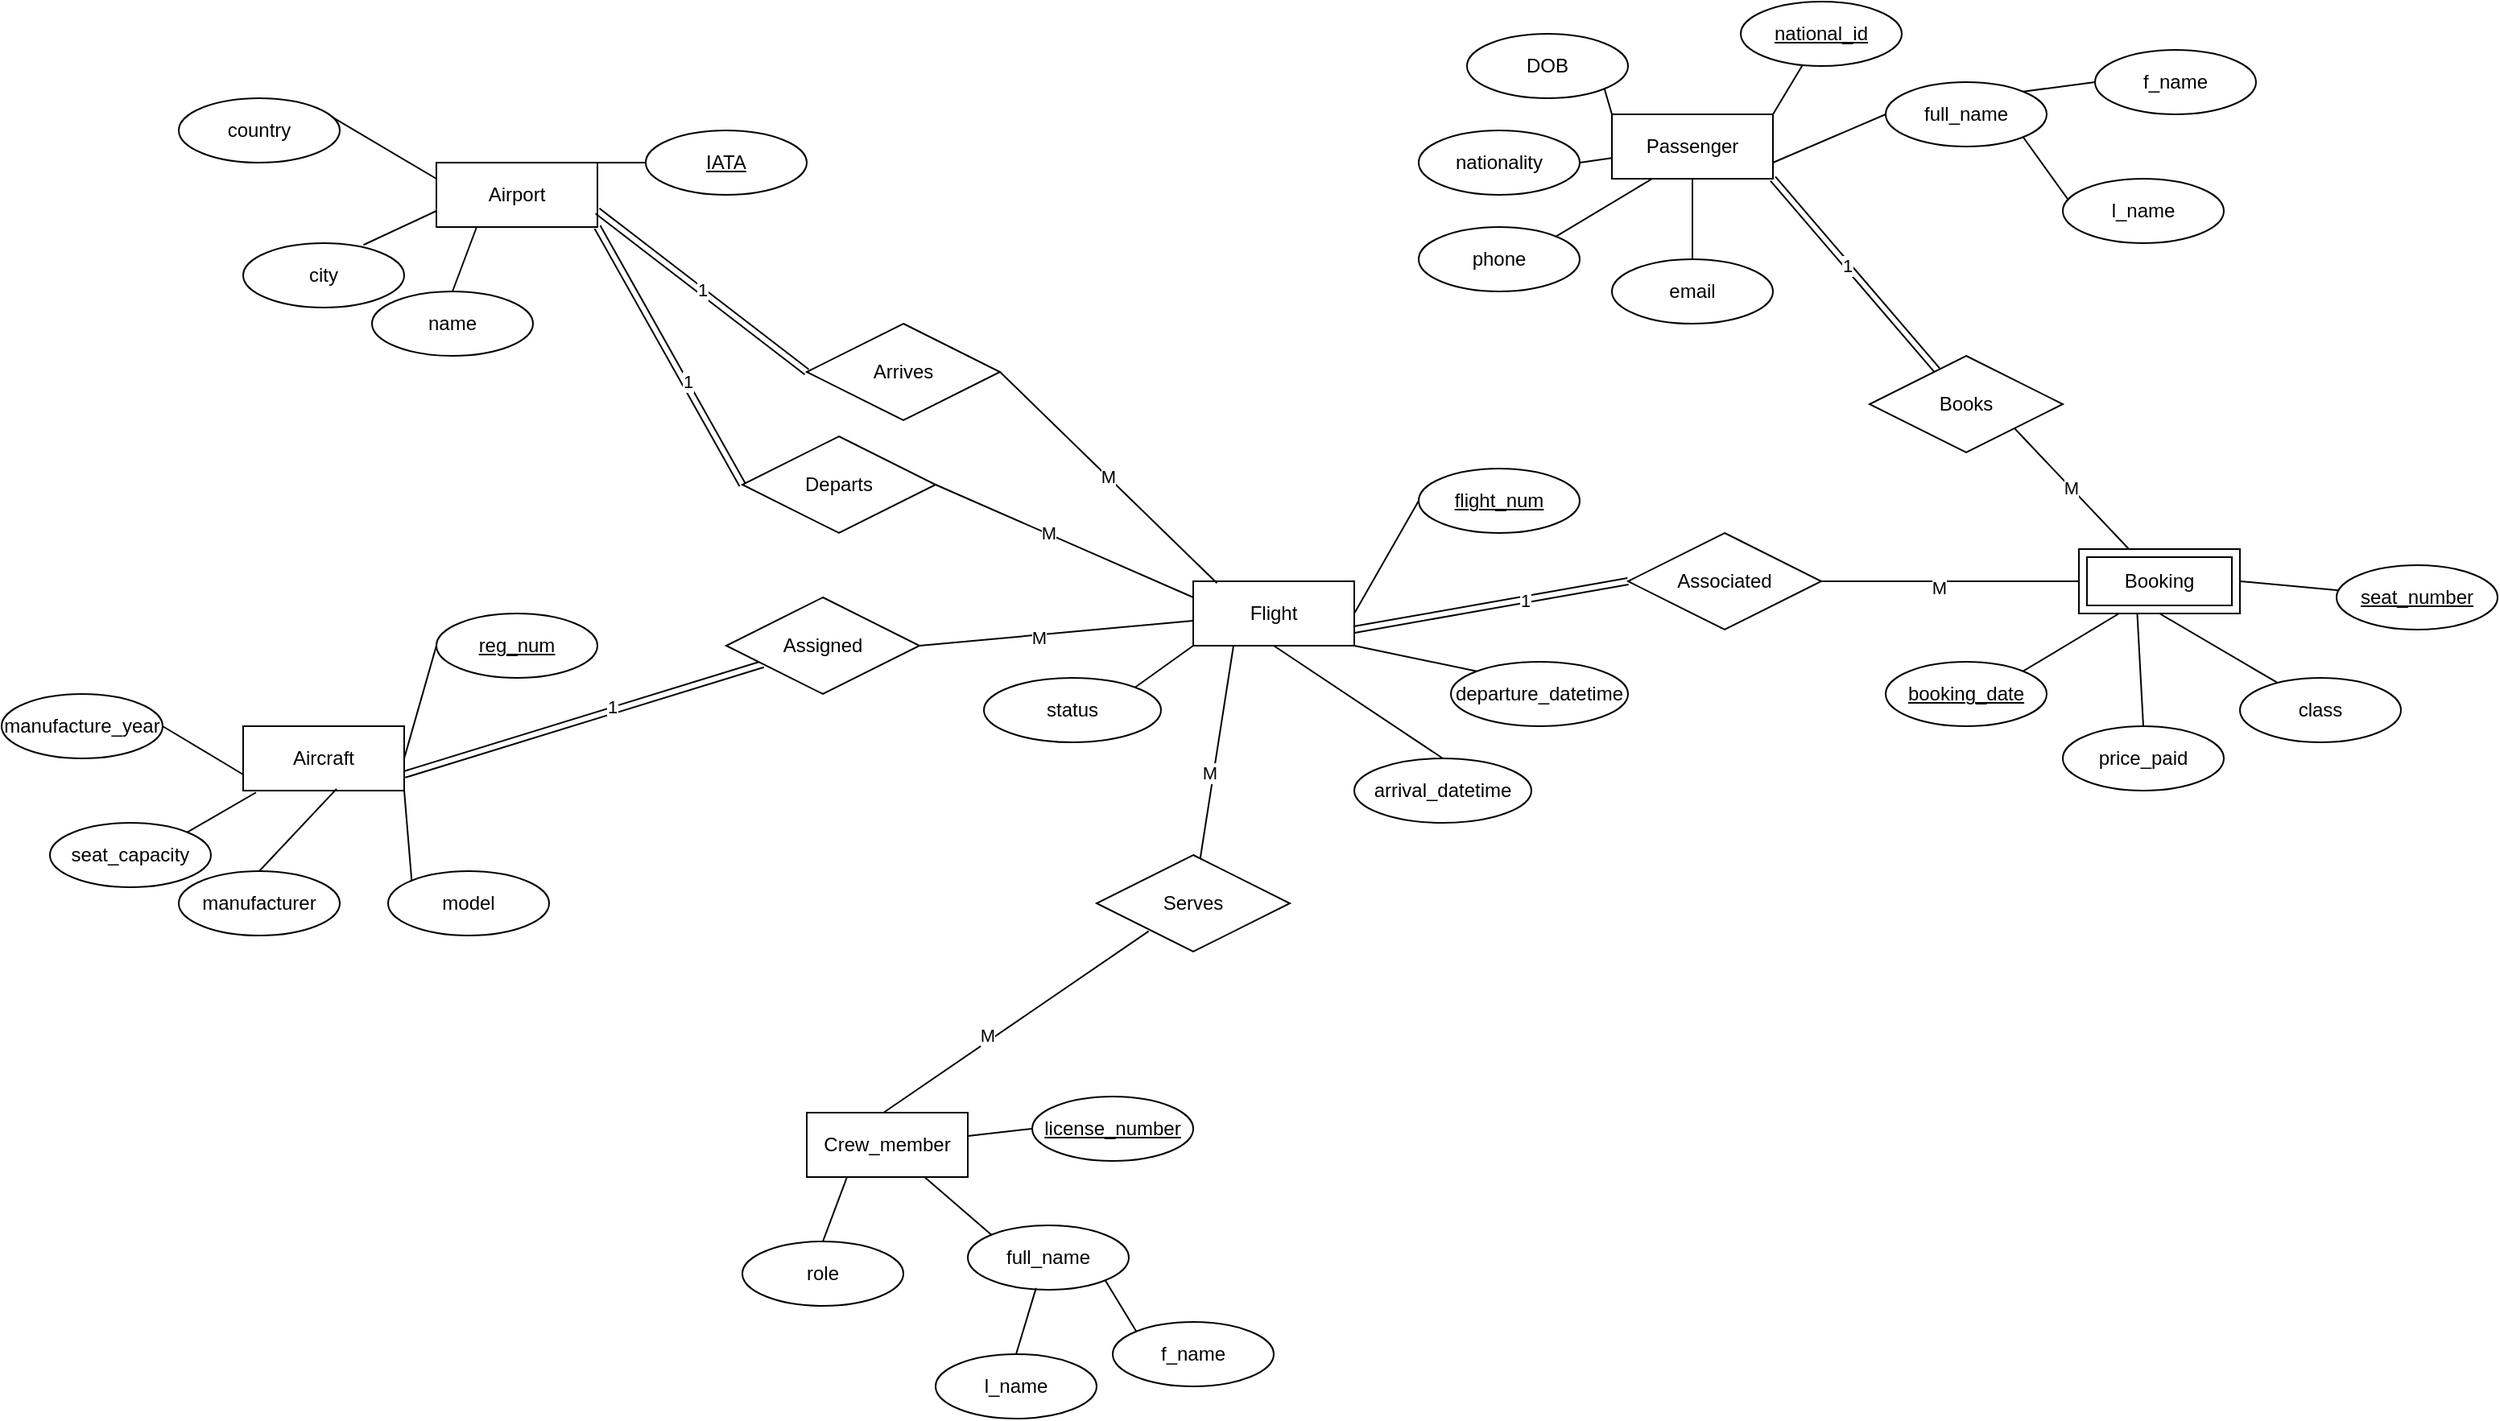
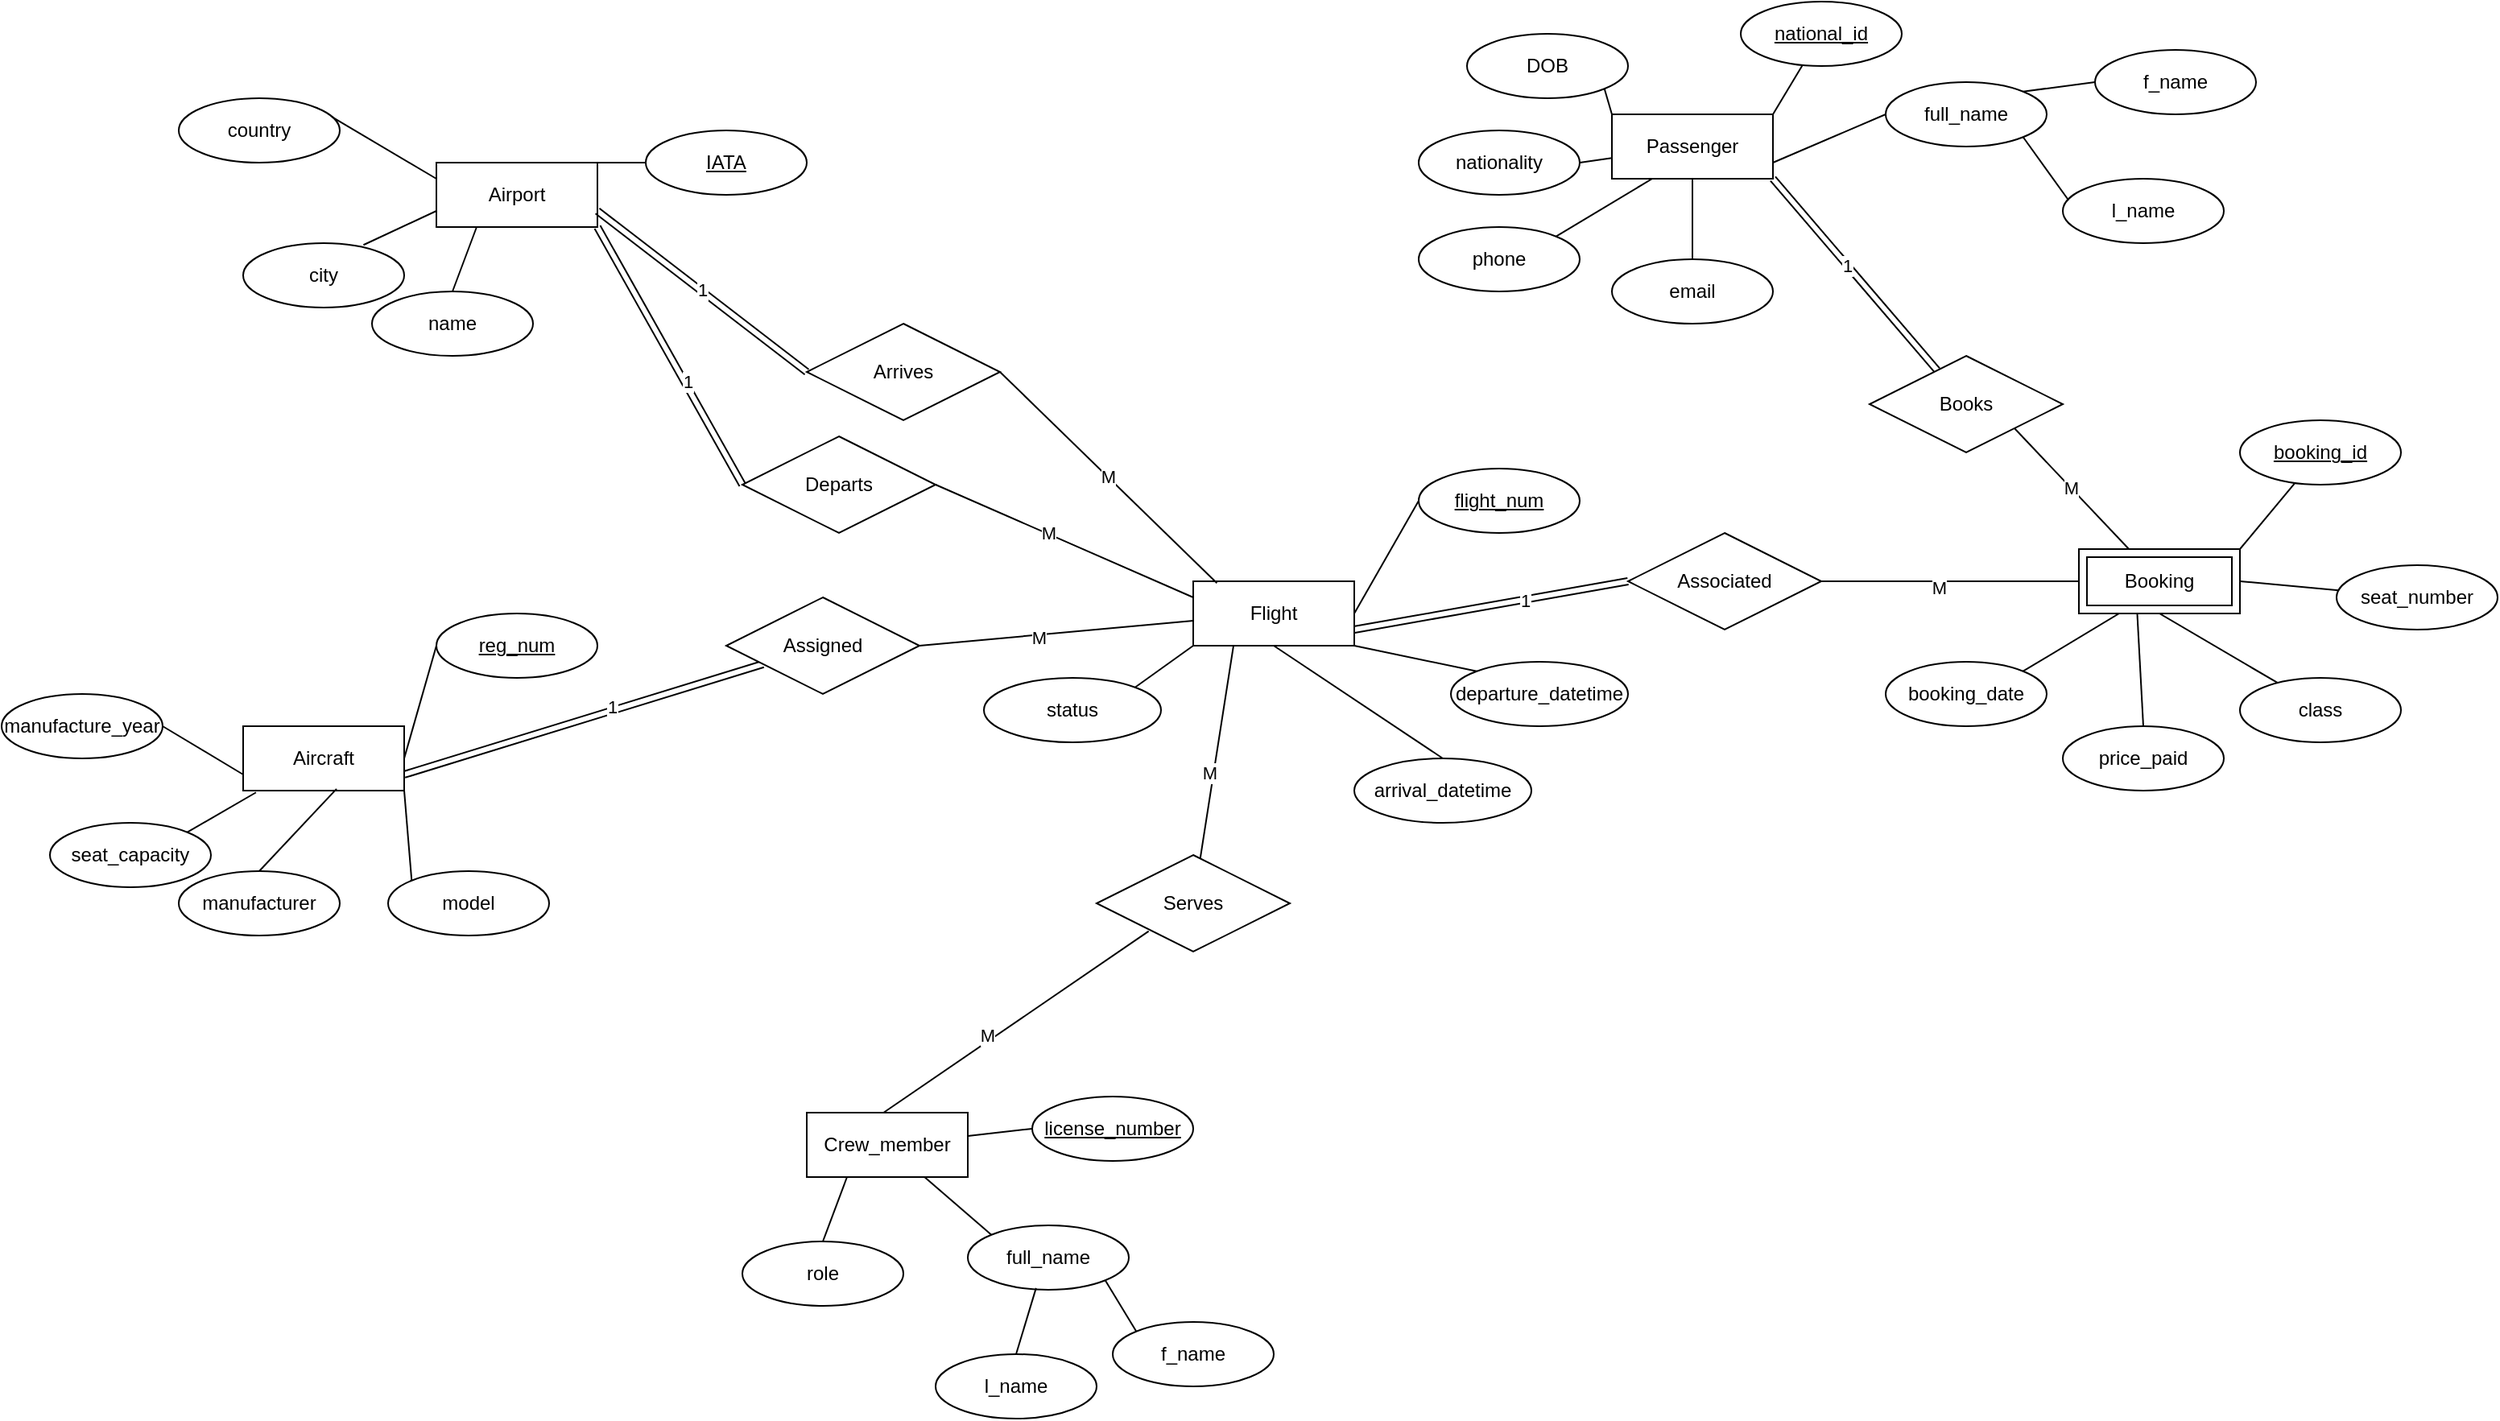
<mxfile host="app.diagrams.net">
  <diagram name="Page-1" id="9Ez2V5EcepmFkt350dfW">
-     <mxGraphModel dx="1870" dy="1045" grid="1" gridSize="10" guides="1" tooltips="1" connect="1" arrows="1" fold="1" page="1" pageScale="1" pageWidth="850" pageHeight="1100" math="0" shadow="0">
+     <mxGraphModel dx="1448" dy="612" grid="1" gridSize="10" guides="1" tooltips="1" connect="1" arrows="1" fold="1" page="1" pageScale="1" pageWidth="850" pageHeight="1100" math="0" shadow="0">
      <root>
        <mxCell id="0" />
        <mxCell id="1" parent="0" />
        <mxCell id="-5EN979a6P4eX3SqTBvW-93" edge="1" parent="1" source="-5EN979a6P4eX3SqTBvW-1" style="edgeStyle=none;rounded=0;orthogonalLoop=1;jettySize=auto;html=1;exitX=0.25;exitY=1;exitDx=0;exitDy=0;endArrow=none;endFill=0;" target="-5EN979a6P4eX3SqTBvW-92">
          <mxGeometry relative="1" as="geometry" />
        </mxCell>
        <mxCell id="-5EN979a6P4eX3SqTBvW-102" connectable="0" parent="-5EN979a6P4eX3SqTBvW-93" style="edgeLabel;html=1;align=center;verticalAlign=middle;resizable=0;points=[];" value="M" vertex="1">
          <mxGeometry relative="1" x="0.1972" y="-3" as="geometry">
            <mxPoint as="offset" />
          </mxGeometry>
        </mxCell>
        <mxCell id="-5EN979a6P4eX3SqTBvW-96" edge="1" parent="1" source="-5EN979a6P4eX3SqTBvW-1" style="edgeStyle=none;rounded=0;orthogonalLoop=1;jettySize=auto;html=1;exitX=1;exitY=0.75;exitDx=0;exitDy=0;entryX=0;entryY=0.5;entryDx=0;entryDy=0;endArrow=none;endFill=0;shape=link;" target="-5EN979a6P4eX3SqTBvW-95">
          <mxGeometry relative="1" as="geometry" />
        </mxCell>
        <mxCell id="-5EN979a6P4eX3SqTBvW-104" connectable="0" parent="-5EN979a6P4eX3SqTBvW-96" style="edgeLabel;html=1;align=center;verticalAlign=middle;resizable=0;points=[];" value="1" vertex="1">
          <mxGeometry relative="1" x="0.2456" as="geometry">
            <mxPoint as="offset" />
          </mxGeometry>
        </mxCell>
        <mxCell id="-5EN979a6P4eX3SqTBvW-1" parent="1" style="whiteSpace=wrap;html=1;align=center;" value="Flight" vertex="1">
          <mxGeometry height="40" width="100" x="630" y="390" as="geometry" />
        </mxCell>
        <mxCell id="-5EN979a6P4eX3SqTBvW-80" edge="1" parent="1" source="-5EN979a6P4eX3SqTBvW-2" style="edgeStyle=none;rounded=0;orthogonalLoop=1;jettySize=auto;html=1;exitX=1;exitY=1;exitDx=0;exitDy=0;entryX=0;entryY=0.5;entryDx=0;entryDy=0;endArrow=none;endFill=0;shape=link;" target="-5EN979a6P4eX3SqTBvW-81">
          <mxGeometry relative="1" as="geometry">
            <mxPoint x="390" y="260" as="targetPoint" />
          </mxGeometry>
        </mxCell>
        <mxCell id="-5EN979a6P4eX3SqTBvW-91" connectable="0" parent="-5EN979a6P4eX3SqTBvW-80" style="edgeLabel;html=1;align=center;verticalAlign=middle;resizable=0;points=[];" value="1" vertex="1">
          <mxGeometry relative="1" x="0.208" y="2" as="geometry">
            <mxPoint as="offset" />
          </mxGeometry>
        </mxCell>
        <mxCell id="-5EN979a6P4eX3SqTBvW-2" parent="1" style="whiteSpace=wrap;html=1;align=center;" value="Airport" vertex="1">
          <mxGeometry height="40" width="100" x="160" y="130" as="geometry" />
        </mxCell>
        <mxCell id="-5EN979a6P4eX3SqTBvW-45" edge="1" parent="1" source="-5EN979a6P4eX3SqTBvW-4" style="edgeStyle=none;rounded=0;orthogonalLoop=1;jettySize=auto;html=1;exitX=1;exitY=0;exitDx=0;exitDy=0;endArrow=none;endFill=0;" target="-5EN979a6P4eX3SqTBvW-38">
          <mxGeometry relative="1" as="geometry" />
        </mxCell>
        <mxCell id="-5EN979a6P4eX3SqTBvW-46" edge="1" parent="1" source="-5EN979a6P4eX3SqTBvW-4" style="edgeStyle=none;rounded=0;orthogonalLoop=1;jettySize=auto;html=1;exitX=1;exitY=0.75;exitDx=0;exitDy=0;entryX=0;entryY=0.5;entryDx=0;entryDy=0;endArrow=none;endFill=0;" target="-5EN979a6P4eX3SqTBvW-40">
          <mxGeometry relative="1" as="geometry" />
        </mxCell>
        <mxCell id="-5EN979a6P4eX3SqTBvW-99" edge="1" parent="1" source="-5EN979a6P4eX3SqTBvW-4" style="edgeStyle=none;rounded=0;orthogonalLoop=1;jettySize=auto;html=1;exitX=1;exitY=1;exitDx=0;exitDy=0;endArrow=none;endFill=0;shape=link;" target="-5EN979a6P4eX3SqTBvW-98">
          <mxGeometry relative="1" as="geometry" />
        </mxCell>
        <mxCell id="-5EN979a6P4eX3SqTBvW-105" connectable="0" parent="-5EN979a6P4eX3SqTBvW-99" style="edgeLabel;html=1;align=center;verticalAlign=middle;resizable=0;points=[];" value="1" vertex="1">
          <mxGeometry relative="1" x="-0.1035" as="geometry">
            <mxPoint as="offset" />
          </mxGeometry>
        </mxCell>
        <mxCell id="-5EN979a6P4eX3SqTBvW-4" parent="1" style="whiteSpace=wrap;html=1;align=center;" value="Passenger" vertex="1">
          <mxGeometry height="40" width="100" x="890" y="100" as="geometry" />
        </mxCell>
        <mxCell id="-5EN979a6P4eX3SqTBvW-77" edge="1" parent="1" source="-5EN979a6P4eX3SqTBvW-5" style="edgeStyle=none;rounded=0;orthogonalLoop=1;jettySize=auto;html=1;exitX=1;exitY=0.75;exitDx=0;exitDy=0;endArrow=none;endFill=0;shape=link;" target="-5EN979a6P4eX3SqTBvW-78">
          <mxGeometry relative="1" as="geometry">
            <mxPoint x="340" y="390" as="targetPoint" />
          </mxGeometry>
        </mxCell>
        <mxCell id="-5EN979a6P4eX3SqTBvW-84" connectable="0" parent="-5EN979a6P4eX3SqTBvW-77" style="edgeLabel;html=1;align=center;verticalAlign=middle;resizable=0;points=[];" value="1" vertex="1">
          <mxGeometry relative="1" x="0.1609" y="3" as="geometry">
            <mxPoint as="offset" />
          </mxGeometry>
        </mxCell>
        <mxCell id="-5EN979a6P4eX3SqTBvW-5" parent="1" style="whiteSpace=wrap;html=1;align=center;" value="Aircraft" vertex="1">
          <mxGeometry height="40" width="100" x="40" y="480" as="geometry" />
        </mxCell>
        <mxCell id="-5EN979a6P4eX3SqTBvW-6" parent="1" style="whiteSpace=wrap;html=1;align=center;" value="Crew_m&lt;span style=&quot;background-color: transparent; color: light-dark(rgb(0, 0, 0), rgb(255, 255, 255));&quot;&gt;ember&lt;/span&gt;" vertex="1">
          <mxGeometry height="40" width="100" x="390" y="720" as="geometry" />
        </mxCell>
        <mxCell id="-5EN979a6P4eX3SqTBvW-14" edge="1" parent="1" source="-5EN979a6P4eX3SqTBvW-7" style="rounded=0;orthogonalLoop=1;jettySize=auto;html=1;exitX=0;exitY=0.5;exitDx=0;exitDy=0;entryX=1;entryY=0;entryDx=0;entryDy=0;endArrow=none;endFill=0;" target="-5EN979a6P4eX3SqTBvW-2">
          <mxGeometry relative="1" as="geometry" />
        </mxCell>
        <mxCell id="-5EN979a6P4eX3SqTBvW-7" parent="1" style="ellipse;whiteSpace=wrap;html=1;align=center;fontStyle=4;" value="IATA" vertex="1">
          <mxGeometry height="40" width="100" x="290" y="110" as="geometry" />
        </mxCell>
        <mxCell id="-5EN979a6P4eX3SqTBvW-13" edge="1" parent="1" source="-5EN979a6P4eX3SqTBvW-8" style="rounded=0;orthogonalLoop=1;jettySize=auto;html=1;exitX=0.5;exitY=0;exitDx=0;exitDy=0;endArrow=none;endFill=0;entryX=0.25;entryY=1;entryDx=0;entryDy=0;" target="-5EN979a6P4eX3SqTBvW-2">
          <mxGeometry relative="1" as="geometry">
            <mxPoint x="190" y="180" as="targetPoint" />
          </mxGeometry>
        </mxCell>
        <mxCell id="-5EN979a6P4eX3SqTBvW-8" parent="1" style="ellipse;whiteSpace=wrap;html=1;align=center;" value="name" vertex="1">
          <mxGeometry height="40" width="100" x="120" y="210" as="geometry" />
        </mxCell>
        <mxCell id="-5EN979a6P4eX3SqTBvW-9" parent="1" style="ellipse;whiteSpace=wrap;html=1;align=center;" value="city" vertex="1">
          <mxGeometry height="40" width="100" x="40" y="180" as="geometry" />
        </mxCell>
        <mxCell id="-5EN979a6P4eX3SqTBvW-11" edge="1" parent="1" source="-5EN979a6P4eX3SqTBvW-10" style="rounded=0;orthogonalLoop=1;jettySize=auto;html=1;exitX=1;exitY=0;exitDx=0;exitDy=0;entryX=0;entryY=0.25;entryDx=0;entryDy=0;endArrow=none;endFill=0;" target="-5EN979a6P4eX3SqTBvW-2">
          <mxGeometry relative="1" as="geometry" />
        </mxCell>
        <mxCell id="-5EN979a6P4eX3SqTBvW-10" parent="1" style="ellipse;whiteSpace=wrap;html=1;align=center;" value="country" vertex="1">
          <mxGeometry height="40" width="100" y="90" as="geometry" />
        </mxCell>
        <mxCell id="-5EN979a6P4eX3SqTBvW-12" edge="1" parent="1" source="-5EN979a6P4eX3SqTBvW-9" style="rounded=0;orthogonalLoop=1;jettySize=auto;html=1;entryX=0;entryY=0.75;entryDx=0;entryDy=0;endArrow=none;endFill=0;exitX=0.747;exitY=0.028;exitDx=0;exitDy=0;exitPerimeter=0;" target="-5EN979a6P4eX3SqTBvW-2">
          <mxGeometry relative="1" as="geometry">
            <mxPoint x="120" y="186" as="sourcePoint" />
          </mxGeometry>
        </mxCell>
        <mxCell id="-5EN979a6P4eX3SqTBvW-26" edge="1" parent="1" source="-5EN979a6P4eX3SqTBvW-15" style="edgeStyle=none;rounded=0;orthogonalLoop=1;jettySize=auto;html=1;exitX=0;exitY=0.5;exitDx=0;exitDy=0;entryX=1;entryY=0.5;entryDx=0;entryDy=0;endArrow=none;endFill=0;" target="-5EN979a6P4eX3SqTBvW-5">
          <mxGeometry relative="1" as="geometry" />
        </mxCell>
        <mxCell id="-5EN979a6P4eX3SqTBvW-15" parent="1" style="ellipse;whiteSpace=wrap;html=1;align=center;fontStyle=4;" value="reg_num" vertex="1">
          <mxGeometry height="40" width="100" x="160" y="410" as="geometry" />
        </mxCell>
        <mxCell id="-5EN979a6P4eX3SqTBvW-25" edge="1" parent="1" source="-5EN979a6P4eX3SqTBvW-17" style="edgeStyle=none;rounded=0;orthogonalLoop=1;jettySize=auto;html=1;exitX=0;exitY=0;exitDx=0;exitDy=0;entryX=1;entryY=1;entryDx=0;entryDy=0;endArrow=none;endFill=0;" target="-5EN979a6P4eX3SqTBvW-5">
          <mxGeometry relative="1" as="geometry" />
        </mxCell>
        <mxCell id="-5EN979a6P4eX3SqTBvW-17" parent="1" style="ellipse;whiteSpace=wrap;html=1;align=center;" value="model" vertex="1">
          <mxGeometry height="40" width="100" x="130" y="570" as="geometry" />
        </mxCell>
        <mxCell id="-5EN979a6P4eX3SqTBvW-18" parent="1" style="ellipse;whiteSpace=wrap;html=1;align=center;" value="manufacturer" vertex="1">
          <mxGeometry height="40" width="100" y="570" as="geometry" />
        </mxCell>
        <mxCell id="-5EN979a6P4eX3SqTBvW-19" parent="1" style="ellipse;whiteSpace=wrap;html=1;align=center;" value="seat&lt;span style=&quot;background-color: transparent; color: light-dark(rgb(0, 0, 0), rgb(255, 255, 255));&quot;&gt;_capacity&lt;/span&gt;" vertex="1">
          <mxGeometry height="40" width="100" x="-80" y="540" as="geometry" />
        </mxCell>
        <mxCell id="-5EN979a6P4eX3SqTBvW-22" edge="1" parent="1" source="-5EN979a6P4eX3SqTBvW-20" style="edgeStyle=none;rounded=0;orthogonalLoop=1;jettySize=auto;html=1;exitX=1;exitY=0.5;exitDx=0;exitDy=0;entryX=0;entryY=0.75;entryDx=0;entryDy=0;endArrow=none;endFill=0;" target="-5EN979a6P4eX3SqTBvW-5">
          <mxGeometry relative="1" as="geometry" />
        </mxCell>
        <mxCell id="-5EN979a6P4eX3SqTBvW-20" parent="1" style="ellipse;whiteSpace=wrap;html=1;align=center;" value="manufacture_year" vertex="1">
          <mxGeometry height="40" width="100" x="-110" y="460" as="geometry" />
        </mxCell>
        <mxCell id="-5EN979a6P4eX3SqTBvW-24" edge="1" parent="1" source="-5EN979a6P4eX3SqTBvW-18" style="edgeStyle=none;rounded=0;orthogonalLoop=1;jettySize=auto;html=1;exitX=0.5;exitY=0;exitDx=0;exitDy=0;entryX=0.58;entryY=0.973;entryDx=0;entryDy=0;entryPerimeter=0;endArrow=none;endFill=0;" target="-5EN979a6P4eX3SqTBvW-5">
          <mxGeometry relative="1" as="geometry" />
        </mxCell>
        <mxCell id="-5EN979a6P4eX3SqTBvW-36" edge="1" parent="1" source="-5EN979a6P4eX3SqTBvW-27" style="edgeStyle=none;rounded=0;orthogonalLoop=1;jettySize=auto;html=1;exitX=0;exitY=0.5;exitDx=0;exitDy=0;entryX=1;entryY=0.5;entryDx=0;entryDy=0;endArrow=none;endFill=0;" target="-5EN979a6P4eX3SqTBvW-1">
          <mxGeometry relative="1" as="geometry" />
        </mxCell>
        <mxCell id="-5EN979a6P4eX3SqTBvW-27" parent="1" style="ellipse;whiteSpace=wrap;html=1;align=center;fontStyle=4;" value="flight_num" vertex="1">
          <mxGeometry height="40" width="100" x="770" y="320" as="geometry" />
        </mxCell>
        <mxCell id="-5EN979a6P4eX3SqTBvW-35" edge="1" parent="1" source="-5EN979a6P4eX3SqTBvW-28" style="edgeStyle=none;rounded=0;orthogonalLoop=1;jettySize=auto;html=1;exitX=0;exitY=0;exitDx=0;exitDy=0;entryX=1;entryY=1;entryDx=0;entryDy=0;endArrow=none;endFill=0;" target="-5EN979a6P4eX3SqTBvW-1">
          <mxGeometry relative="1" as="geometry" />
        </mxCell>
        <mxCell id="-5EN979a6P4eX3SqTBvW-28" parent="1" style="ellipse;whiteSpace=wrap;html=1;align=center;" value="departure_datetime" vertex="1">
          <mxGeometry height="40" width="110" x="790" y="440" as="geometry" />
        </mxCell>
        <mxCell id="-5EN979a6P4eX3SqTBvW-29" parent="1" style="ellipse;whiteSpace=wrap;html=1;align=center;" value="arrival_datetime" vertex="1">
          <mxGeometry height="40" width="110" x="730" y="500" as="geometry" />
        </mxCell>
        <mxCell id="-5EN979a6P4eX3SqTBvW-32" edge="1" parent="1" source="-5EN979a6P4eX3SqTBvW-30" style="edgeStyle=none;rounded=0;orthogonalLoop=1;jettySize=auto;html=1;exitX=1;exitY=0;exitDx=0;exitDy=0;entryX=0;entryY=1;entryDx=0;entryDy=0;endArrow=none;endFill=0;" target="-5EN979a6P4eX3SqTBvW-1">
          <mxGeometry relative="1" as="geometry" />
        </mxCell>
        <mxCell id="-5EN979a6P4eX3SqTBvW-30" parent="1" style="ellipse;whiteSpace=wrap;html=1;align=center;" value="status" vertex="1">
          <mxGeometry height="40" width="110" x="500" y="450" as="geometry" />
        </mxCell>
        <mxCell id="-5EN979a6P4eX3SqTBvW-31" edge="1" parent="1" source="-5EN979a6P4eX3SqTBvW-30" style="edgeStyle=none;rounded=0;orthogonalLoop=1;jettySize=auto;html=1;exitX=1;exitY=1;exitDx=0;exitDy=0;" target="-5EN979a6P4eX3SqTBvW-30">
          <mxGeometry relative="1" as="geometry" />
        </mxCell>
        <mxCell id="-5EN979a6P4eX3SqTBvW-33" edge="1" parent="1" source="-5EN979a6P4eX3SqTBvW-19" style="edgeStyle=none;rounded=0;orthogonalLoop=1;jettySize=auto;html=1;exitX=1;exitY=0;exitDx=0;exitDy=0;entryX=0.08;entryY=1.028;entryDx=0;entryDy=0;entryPerimeter=0;endArrow=none;endFill=0;" target="-5EN979a6P4eX3SqTBvW-5">
          <mxGeometry relative="1" as="geometry" />
        </mxCell>
        <mxCell id="-5EN979a6P4eX3SqTBvW-34" edge="1" parent="1" source="-5EN979a6P4eX3SqTBvW-29" style="edgeStyle=none;rounded=0;orthogonalLoop=1;jettySize=auto;html=1;exitX=0.5;exitY=0;exitDx=0;exitDy=0;endArrow=none;endFill=0;entryX=0.5;entryY=1;entryDx=0;entryDy=0;" target="-5EN979a6P4eX3SqTBvW-1">
          <mxGeometry relative="1" as="geometry">
            <mxPoint x="670" y="450" as="targetPoint" />
          </mxGeometry>
        </mxCell>
        <mxCell id="-5EN979a6P4eX3SqTBvW-38" parent="1" style="ellipse;whiteSpace=wrap;html=1;align=center;fontStyle=4;" value="national_id" vertex="1">
          <mxGeometry height="40" width="100" x="970" y="30" as="geometry" />
        </mxCell>
        <mxCell id="-5EN979a6P4eX3SqTBvW-71" edge="1" parent="1" source="-5EN979a6P4eX3SqTBvW-40" style="edgeStyle=none;rounded=0;orthogonalLoop=1;jettySize=auto;html=1;exitX=1;exitY=0;exitDx=0;exitDy=0;entryX=0;entryY=0.5;entryDx=0;entryDy=0;endArrow=none;endFill=0;" target="-5EN979a6P4eX3SqTBvW-70">
          <mxGeometry relative="1" as="geometry" />
        </mxCell>
        <mxCell id="-5EN979a6P4eX3SqTBvW-40" parent="1" style="ellipse;whiteSpace=wrap;html=1;align=center;" value="full_name" vertex="1">
          <mxGeometry height="40" width="100" x="1060" y="80" as="geometry" />
        </mxCell>
        <mxCell id="-5EN979a6P4eX3SqTBvW-41" parent="1" style="ellipse;whiteSpace=wrap;html=1;align=center;" value="email" vertex="1">
          <mxGeometry height="40" width="100" x="890" y="190" as="geometry" />
        </mxCell>
        <mxCell id="-5EN979a6P4eX3SqTBvW-49" edge="1" parent="1" source="-5EN979a6P4eX3SqTBvW-42" style="edgeStyle=none;rounded=0;orthogonalLoop=1;jettySize=auto;html=1;exitX=1;exitY=0.5;exitDx=0;exitDy=0;endArrow=none;endFill=0;" target="-5EN979a6P4eX3SqTBvW-4">
          <mxGeometry relative="1" as="geometry" />
        </mxCell>
        <mxCell id="-5EN979a6P4eX3SqTBvW-42" parent="1" style="ellipse;whiteSpace=wrap;html=1;align=center;" value="nationality" vertex="1">
          <mxGeometry height="40" width="100" x="770" y="110" as="geometry" />
        </mxCell>
        <mxCell id="-5EN979a6P4eX3SqTBvW-48" edge="1" parent="1" source="-5EN979a6P4eX3SqTBvW-43" style="edgeStyle=none;rounded=0;orthogonalLoop=1;jettySize=auto;html=1;exitX=1;exitY=0;exitDx=0;exitDy=0;entryX=0.25;entryY=1;entryDx=0;entryDy=0;endArrow=none;endFill=0;" target="-5EN979a6P4eX3SqTBvW-4">
          <mxGeometry relative="1" as="geometry" />
        </mxCell>
        <mxCell id="-5EN979a6P4eX3SqTBvW-43" parent="1" style="ellipse;whiteSpace=wrap;html=1;align=center;" value="phone" vertex="1">
          <mxGeometry height="40" width="100" x="770" y="170" as="geometry" />
        </mxCell>
        <mxCell id="-5EN979a6P4eX3SqTBvW-50" edge="1" parent="1" source="-5EN979a6P4eX3SqTBvW-44" style="edgeStyle=none;rounded=0;orthogonalLoop=1;jettySize=auto;html=1;exitX=1;exitY=1;exitDx=0;exitDy=0;entryX=0;entryY=0;entryDx=0;entryDy=0;endArrow=none;endFill=0;" target="-5EN979a6P4eX3SqTBvW-4">
          <mxGeometry relative="1" as="geometry" />
        </mxCell>
        <mxCell id="-5EN979a6P4eX3SqTBvW-44" parent="1" style="ellipse;whiteSpace=wrap;html=1;align=center;" value="DOB" vertex="1">
          <mxGeometry height="40" width="100" x="800" y="50" as="geometry" />
        </mxCell>
        <mxCell id="-5EN979a6P4eX3SqTBvW-47" edge="1" parent="1" source="-5EN979a6P4eX3SqTBvW-4" style="edgeStyle=none;rounded=0;orthogonalLoop=1;jettySize=auto;html=1;exitX=0.5;exitY=1;exitDx=0;exitDy=0;endArrow=none;endFill=0;entryX=0.5;entryY=0;entryDx=0;entryDy=0;" target="-5EN979a6P4eX3SqTBvW-41">
          <mxGeometry relative="1" as="geometry">
            <mxPoint x="960" y="180" as="targetPoint" />
          </mxGeometry>
        </mxCell>
        <mxCell id="-5EN979a6P4eX3SqTBvW-56" edge="1" parent="1" source="-5EN979a6P4eX3SqTBvW-112" style="edgeStyle=none;rounded=0;orthogonalLoop=1;jettySize=auto;html=1;endArrow=none;endFill=0;entryX=1;entryY=0.5;entryDx=0;entryDy=0;" target="-5EN979a6P4eX3SqTBvW-111">
          <mxGeometry relative="1" as="geometry">
            <mxPoint x="1320" y="390" as="sourcePoint" />
            <mxPoint x="1270" y="390" as="targetPoint" />
          </mxGeometry>
        </mxCell>
        <mxCell id="-5EN979a6P4eX3SqTBvW-57" edge="1" parent="1" source="-5EN979a6P4eX3SqTBvW-52" style="edgeStyle=none;rounded=0;orthogonalLoop=1;jettySize=auto;html=1;exitX=0.258;exitY=0.112;exitDx=0;exitDy=0;exitPerimeter=0;endArrow=none;endFill=0;entryX=0.5;entryY=1;entryDx=0;entryDy=0;" target="-5EN979a6P4eX3SqTBvW-111">
          <mxGeometry relative="1" as="geometry">
            <mxPoint x="1256" y="410" as="targetPoint" />
          </mxGeometry>
        </mxCell>
        <mxCell id="-5EN979a6P4eX3SqTBvW-52" parent="1" style="ellipse;whiteSpace=wrap;html=1;align=center;" value="class" vertex="1">
          <mxGeometry height="40" width="100" x="1280" y="450" as="geometry" />
        </mxCell>
        <mxCell id="-5EN979a6P4eX3SqTBvW-59" edge="1" parent="1" source="-5EN979a6P4eX3SqTBvW-53" style="edgeStyle=none;rounded=0;orthogonalLoop=1;jettySize=auto;html=1;exitX=0.5;exitY=0;exitDx=0;exitDy=0;endArrow=none;endFill=0;entryX=0.362;entryY=0.99;entryDx=0;entryDy=0;entryPerimeter=0;" target="-5EN979a6P4eX3SqTBvW-111">
          <mxGeometry relative="1" as="geometry">
            <mxPoint x="1220" y="410" as="targetPoint" />
          </mxGeometry>
        </mxCell>
        <mxCell id="-5EN979a6P4eX3SqTBvW-53" parent="1" style="ellipse;whiteSpace=wrap;html=1;align=center;" value="price_paid" vertex="1">
          <mxGeometry height="40" width="100" x="1170" y="480" as="geometry" />
        </mxCell>
-         <mxCell id="-5EN979a6P4eX3SqTBvW-54" parent="1" style="ellipse;whiteSpace=wrap;html=1;align=center;" value="&lt;u&gt;booking_date&lt;/u&gt;" vertex="1">
+         <mxCell id="-5EN979a6P4eX3SqTBvW-54" parent="1" style="ellipse;whiteSpace=wrap;html=1;align=center;" value="booking_date" vertex="1">
          <mxGeometry height="40" width="100" x="1060" y="440" as="geometry" />
        </mxCell>
        <mxCell id="-5EN979a6P4eX3SqTBvW-60" edge="1" parent="1" source="-5EN979a6P4eX3SqTBvW-54" style="edgeStyle=none;rounded=0;orthogonalLoop=1;jettySize=auto;html=1;exitX=1;exitY=0;exitDx=0;exitDy=0;entryX=0.25;entryY=1;entryDx=0;entryDy=0;endArrow=none;endFill=0;" target="-5EN979a6P4eX3SqTBvW-111">
          <mxGeometry relative="1" as="geometry">
            <mxPoint x="1170" y="410" as="targetPoint" />
          </mxGeometry>
        </mxCell>
        <mxCell id="-5EN979a6P4eX3SqTBvW-65" edge="1" parent="1" source="-5EN979a6P4eX3SqTBvW-61" style="edgeStyle=none;rounded=0;orthogonalLoop=1;jettySize=auto;html=1;exitX=0;exitY=0.5;exitDx=0;exitDy=0;endArrow=none;endFill=0;" target="-5EN979a6P4eX3SqTBvW-6">
          <mxGeometry relative="1" as="geometry" />
        </mxCell>
        <mxCell id="-5EN979a6P4eX3SqTBvW-61" parent="1" style="ellipse;whiteSpace=wrap;html=1;align=center;fontStyle=4;" value="license_number" vertex="1">
          <mxGeometry height="40" width="100" x="530" y="710" as="geometry" />
        </mxCell>
        <mxCell id="-5EN979a6P4eX3SqTBvW-66" edge="1" parent="1" source="-5EN979a6P4eX3SqTBvW-62" style="edgeStyle=none;rounded=0;orthogonalLoop=1;jettySize=auto;html=1;exitX=0;exitY=0;exitDx=0;exitDy=0;endArrow=none;endFill=0;" target="-5EN979a6P4eX3SqTBvW-6">
          <mxGeometry relative="1" as="geometry" />
        </mxCell>
        <mxCell id="-5EN979a6P4eX3SqTBvW-62" parent="1" style="ellipse;whiteSpace=wrap;html=1;align=center;" value="full_name" vertex="1">
          <mxGeometry height="40" width="100" x="490" y="790" as="geometry" />
        </mxCell>
        <mxCell id="-5EN979a6P4eX3SqTBvW-67" edge="1" parent="1" source="-5EN979a6P4eX3SqTBvW-63" style="edgeStyle=none;rounded=0;orthogonalLoop=1;jettySize=auto;html=1;exitX=0.5;exitY=0;exitDx=0;exitDy=0;entryX=0.25;entryY=1;entryDx=0;entryDy=0;endArrow=none;endFill=0;" target="-5EN979a6P4eX3SqTBvW-6">
          <mxGeometry relative="1" as="geometry" />
        </mxCell>
        <mxCell id="-5EN979a6P4eX3SqTBvW-63" parent="1" style="ellipse;whiteSpace=wrap;html=1;align=center;" value="role" vertex="1">
          <mxGeometry height="40" width="100" x="350" y="800" as="geometry" />
        </mxCell>
        <mxCell id="-5EN979a6P4eX3SqTBvW-69" parent="1" style="ellipse;whiteSpace=wrap;html=1;align=center;" value="l_name" vertex="1">
          <mxGeometry height="40" width="100" x="1170" y="140" as="geometry" />
        </mxCell>
        <mxCell id="-5EN979a6P4eX3SqTBvW-70" parent="1" style="ellipse;whiteSpace=wrap;html=1;align=center;" value="f_name" vertex="1">
          <mxGeometry height="40" width="100" x="1190" y="60" as="geometry" />
        </mxCell>
        <mxCell id="-5EN979a6P4eX3SqTBvW-72" edge="1" parent="1" source="-5EN979a6P4eX3SqTBvW-40" style="edgeStyle=none;rounded=0;orthogonalLoop=1;jettySize=auto;html=1;exitX=1;exitY=1;exitDx=0;exitDy=0;entryX=0.036;entryY=0.334;entryDx=0;entryDy=0;entryPerimeter=0;endArrow=none;endFill=0;" target="-5EN979a6P4eX3SqTBvW-69">
          <mxGeometry relative="1" as="geometry" />
        </mxCell>
        <mxCell id="-5EN979a6P4eX3SqTBvW-73" parent="1" style="ellipse;whiteSpace=wrap;html=1;align=center;" value="l_name" vertex="1">
          <mxGeometry height="40" width="100" x="470" y="870" as="geometry" />
        </mxCell>
        <mxCell id="-5EN979a6P4eX3SqTBvW-74" parent="1" style="ellipse;whiteSpace=wrap;html=1;align=center;" value="f_name" vertex="1">
          <mxGeometry height="40" width="100" x="580" y="850" as="geometry" />
        </mxCell>
        <mxCell id="-5EN979a6P4eX3SqTBvW-75" edge="1" parent="1" source="-5EN979a6P4eX3SqTBvW-73" style="edgeStyle=none;rounded=0;orthogonalLoop=1;jettySize=auto;html=1;exitX=0.5;exitY=0;exitDx=0;exitDy=0;entryX=0.424;entryY=0.973;entryDx=0;entryDy=0;entryPerimeter=0;endArrow=none;endFill=0;" target="-5EN979a6P4eX3SqTBvW-62">
          <mxGeometry relative="1" as="geometry" />
        </mxCell>
        <mxCell id="-5EN979a6P4eX3SqTBvW-76" edge="1" parent="1" source="-5EN979a6P4eX3SqTBvW-74" style="edgeStyle=none;rounded=0;orthogonalLoop=1;jettySize=auto;html=1;exitX=0;exitY=0;exitDx=0;exitDy=0;entryX=1;entryY=1;entryDx=0;entryDy=0;endArrow=none;endFill=0;" target="-5EN979a6P4eX3SqTBvW-62">
          <mxGeometry relative="1" as="geometry" />
        </mxCell>
        <mxCell id="-5EN979a6P4eX3SqTBvW-79" edge="1" parent="1" source="-5EN979a6P4eX3SqTBvW-78" style="edgeStyle=none;rounded=0;orthogonalLoop=1;jettySize=auto;html=1;exitX=1;exitY=0.5;exitDx=0;exitDy=0;endArrow=none;endFill=0;" target="-5EN979a6P4eX3SqTBvW-1">
          <mxGeometry relative="1" as="geometry" />
        </mxCell>
        <mxCell id="-5EN979a6P4eX3SqTBvW-116" connectable="0" parent="-5EN979a6P4eX3SqTBvW-79" style="edgeLabel;html=1;align=center;verticalAlign=middle;resizable=0;points=[];" value="M" vertex="1">
          <mxGeometry relative="1" x="-0.1301" y="-1" as="geometry">
            <mxPoint as="offset" />
          </mxGeometry>
        </mxCell>
        <mxCell id="-5EN979a6P4eX3SqTBvW-78" parent="1" style="shape=rhombus;perimeter=rhombusPerimeter;whiteSpace=wrap;html=1;align=center;" value="Assigned" vertex="1">
          <mxGeometry height="60" width="120" x="340" y="400" as="geometry" />
        </mxCell>
        <mxCell id="-5EN979a6P4eX3SqTBvW-82" edge="1" parent="1" source="-5EN979a6P4eX3SqTBvW-81" style="edgeStyle=none;rounded=0;orthogonalLoop=1;jettySize=auto;html=1;exitX=1;exitY=0.5;exitDx=0;exitDy=0;entryX=0;entryY=0.25;entryDx=0;entryDy=0;endArrow=none;endFill=0;" target="-5EN979a6P4eX3SqTBvW-1">
          <mxGeometry relative="1" as="geometry" />
        </mxCell>
        <mxCell id="-5EN979a6P4eX3SqTBvW-88" connectable="0" parent="-5EN979a6P4eX3SqTBvW-82" style="edgeLabel;html=1;align=center;verticalAlign=middle;resizable=0;points=[];" value="M" vertex="1">
          <mxGeometry relative="1" x="-0.1361" y="1" as="geometry">
            <mxPoint as="offset" />
          </mxGeometry>
        </mxCell>
        <mxCell id="-5EN979a6P4eX3SqTBvW-81" parent="1" style="shape=rhombus;perimeter=rhombusPerimeter;whiteSpace=wrap;html=1;align=center;" value="Departs" vertex="1">
          <mxGeometry height="60" width="120" x="350" y="300" as="geometry" />
        </mxCell>
        <mxCell id="-5EN979a6P4eX3SqTBvW-87" edge="1" parent="1" source="-5EN979a6P4eX3SqTBvW-85" style="edgeStyle=none;rounded=0;orthogonalLoop=1;jettySize=auto;html=1;exitX=0;exitY=0.5;exitDx=0;exitDy=0;entryX=1;entryY=0.75;entryDx=0;entryDy=0;endArrow=none;endFill=0;shape=link;" target="-5EN979a6P4eX3SqTBvW-2">
          <mxGeometry relative="1" as="geometry" />
        </mxCell>
        <mxCell id="-5EN979a6P4eX3SqTBvW-90" connectable="0" parent="-5EN979a6P4eX3SqTBvW-87" style="edgeLabel;html=1;align=center;verticalAlign=middle;resizable=0;points=[];" value="1" vertex="1">
          <mxGeometry relative="1" x="0.0167" y="-1" as="geometry">
            <mxPoint as="offset" />
          </mxGeometry>
        </mxCell>
        <mxCell id="-5EN979a6P4eX3SqTBvW-85" parent="1" style="shape=rhombus;perimeter=rhombusPerimeter;whiteSpace=wrap;html=1;align=center;" value="Arrives" vertex="1">
          <mxGeometry height="60" width="120" x="390" y="230" as="geometry" />
        </mxCell>
        <mxCell id="-5EN979a6P4eX3SqTBvW-86" edge="1" parent="1" source="-5EN979a6P4eX3SqTBvW-85" style="edgeStyle=none;rounded=0;orthogonalLoop=1;jettySize=auto;html=1;exitX=1;exitY=0.5;exitDx=0;exitDy=0;entryX=0.147;entryY=0.028;entryDx=0;entryDy=0;entryPerimeter=0;endArrow=none;endFill=0;" target="-5EN979a6P4eX3SqTBvW-1">
          <mxGeometry relative="1" as="geometry" />
        </mxCell>
        <mxCell id="-5EN979a6P4eX3SqTBvW-89" connectable="0" parent="-5EN979a6P4eX3SqTBvW-86" style="edgeLabel;html=1;align=center;verticalAlign=middle;resizable=0;points=[];" value="M" vertex="1">
          <mxGeometry relative="1" x="-0.015" as="geometry">
            <mxPoint as="offset" />
          </mxGeometry>
        </mxCell>
        <mxCell id="-5EN979a6P4eX3SqTBvW-94" edge="1" parent="1" style="edgeStyle=none;rounded=0;orthogonalLoop=1;jettySize=auto;html=1;endArrow=none;endFill=0;entryX=0.5;entryY=0;entryDx=0;entryDy=0;">
          <mxGeometry relative="1" as="geometry">
            <mxPoint x="602.3366666666669" y="607.3333333333335" as="sourcePoint" />
            <mxPoint x="437.67" y="720" as="targetPoint" />
          </mxGeometry>
        </mxCell>
        <mxCell id="-5EN979a6P4eX3SqTBvW-115" connectable="0" parent="-5EN979a6P4eX3SqTBvW-94" style="edgeLabel;html=1;align=center;verticalAlign=middle;resizable=0;points=[];" value="M" vertex="1">
          <mxGeometry relative="1" x="0.2088" y="-4" as="geometry">
            <mxPoint x="1" as="offset" />
          </mxGeometry>
        </mxCell>
        <mxCell id="-5EN979a6P4eX3SqTBvW-92" parent="1" style="shape=rhombus;perimeter=rhombusPerimeter;whiteSpace=wrap;html=1;align=center;" value="Serves" vertex="1">
          <mxGeometry height="60" width="120" x="570" y="560" as="geometry" />
        </mxCell>
        <mxCell id="-5EN979a6P4eX3SqTBvW-97" edge="1" parent="1" source="-5EN979a6P4eX3SqTBvW-95" style="edgeStyle=none;rounded=0;orthogonalLoop=1;jettySize=auto;html=1;exitX=1;exitY=0.5;exitDx=0;exitDy=0;endArrow=none;endFill=0;entryX=0;entryY=0.5;entryDx=0;entryDy=0;" target="-5EN979a6P4eX3SqTBvW-111">
          <mxGeometry relative="1" as="geometry">
            <mxPoint x="1170" y="390" as="targetPoint" />
          </mxGeometry>
        </mxCell>
        <mxCell id="-5EN979a6P4eX3SqTBvW-103" connectable="0" parent="-5EN979a6P4eX3SqTBvW-97" style="edgeLabel;html=1;align=center;verticalAlign=middle;resizable=0;points=[];" value="M" vertex="1">
          <mxGeometry relative="1" x="-0.0821" y="-4" as="geometry">
            <mxPoint x="-1" as="offset" />
          </mxGeometry>
        </mxCell>
        <mxCell id="-5EN979a6P4eX3SqTBvW-95" parent="1" style="shape=rhombus;perimeter=rhombusPerimeter;whiteSpace=wrap;html=1;align=center;" value="Associated" vertex="1">
          <mxGeometry height="60" width="120" x="900" y="360" as="geometry" />
        </mxCell>
        <mxCell id="-5EN979a6P4eX3SqTBvW-98" parent="1" style="shape=rhombus;perimeter=rhombusPerimeter;whiteSpace=wrap;html=1;align=center;" value="Books" vertex="1">
          <mxGeometry height="60" width="120" x="1050" y="250" as="geometry" />
        </mxCell>
        <mxCell id="-5EN979a6P4eX3SqTBvW-100" edge="1" parent="1" source="-5EN979a6P4eX3SqTBvW-98" style="edgeStyle=none;rounded=0;orthogonalLoop=1;jettySize=auto;html=1;exitX=1;exitY=1;exitDx=0;exitDy=0;endArrow=none;endFill=0;" target="-5EN979a6P4eX3SqTBvW-111">
          <mxGeometry relative="1" as="geometry">
            <mxPoint x="1188.0000000000005" y="367.8000000000002" as="targetPoint" />
          </mxGeometry>
        </mxCell>
        <mxCell id="-5EN979a6P4eX3SqTBvW-108" connectable="0" parent="-5EN979a6P4eX3SqTBvW-100" style="edgeLabel;html=1;align=center;verticalAlign=middle;resizable=0;points=[];" value="M" vertex="1">
          <mxGeometry relative="1" x="-0.0114" as="geometry">
            <mxPoint as="offset" />
          </mxGeometry>
        </mxCell>
+         <mxCell id="-5EN979a6P4eX3SqTBvW-118" edge="1" parent="1" source="-5EN979a6P4eX3SqTBvW-111" style="edgeStyle=none;rounded=0;orthogonalLoop=1;jettySize=auto;html=1;exitX=1;exitY=0;exitDx=0;exitDy=0;endArrow=none;endFill=0;" target="-5EN979a6P4eX3SqTBvW-117">
+           <mxGeometry relative="1" as="geometry" />
+         </mxCell>
        <mxCell id="-5EN979a6P4eX3SqTBvW-111" parent="1" style="shape=ext;margin=3;double=1;whiteSpace=wrap;html=1;align=center;" value="Booking" vertex="1">
          <mxGeometry height="40" width="100" x="1180" y="370" as="geometry" />
        </mxCell>
-         <mxCell id="-5EN979a6P4eX3SqTBvW-112" parent="1" style="ellipse;whiteSpace=wrap;html=1;align=center;" value="&lt;u&gt;seat_number&lt;/u&gt;" vertex="1">
+         <mxCell id="-5EN979a6P4eX3SqTBvW-112" parent="1" style="ellipse;whiteSpace=wrap;html=1;align=center;" value="seat_number" vertex="1">
          <mxGeometry height="40" width="100" x="1340" y="380" as="geometry" />
+         </mxCell>
+         <mxCell id="-5EN979a6P4eX3SqTBvW-117" parent="1" style="ellipse;whiteSpace=wrap;html=1;align=center;fontStyle=4;" value="booking_id" vertex="1">
+           <mxGeometry height="40" width="100" x="1280" y="290" as="geometry" />
        </mxCell>
      </root>
    </mxGraphModel>
  </diagram>
</mxfile>
